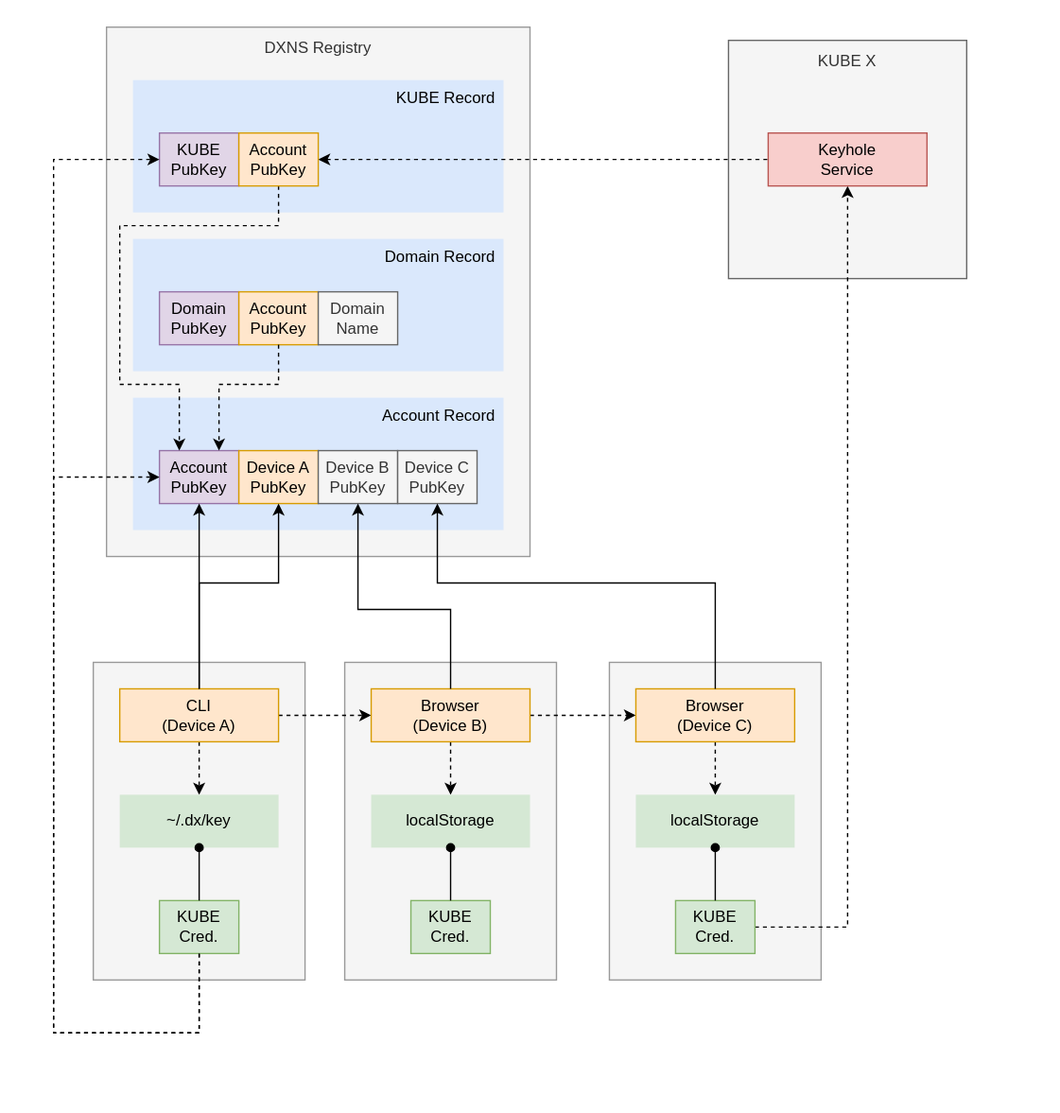
Earlier version of the draw.io export docs/design/diagrams/halo-device-credentials.svg (dxos/dxos). Source tidied: cells renumbered, new cells last; positions are measured from the earlier drawing's top-left corner, leaving out a move shared by most shapes.
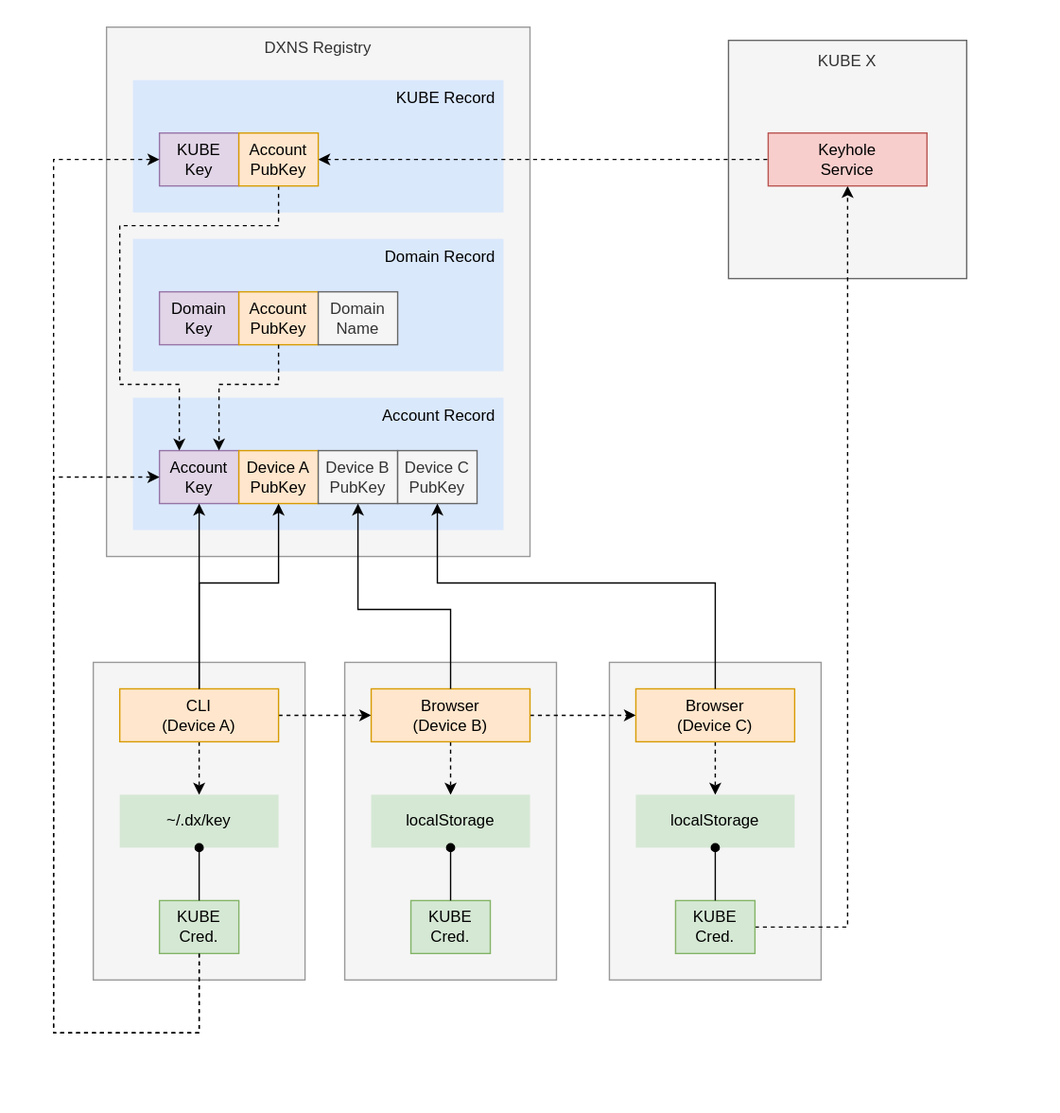
Later version of the same file.

The edit, as a diff of the source:
```diff
@@ -47,13 +47,13 @@
     <mxCell id="16" style="edgeStyle=orthogonalEdgeStyle;rounded=0;jettySize=auto;html=1;entryX=0;entryY=0.5;entryDx=0;entryDy=0;exitX=1;exitY=0.5;exitDx=0;exitDy=0;startArrow=classic;startFill=1;endArrow=none;endFill=0;dashed=1;" parent="1" edge="1" source="38" target="36">
       <mxGeometry relative="1" as="geometry" />
     </mxCell>
-    <mxCell id="17" value="KUBE&lt;br&gt;PubKey" style="rounded=0;whiteSpace=wrap;html=1;fillColor=#e1d5e7;strokeColor=#9673a6;" parent="1" vertex="1">
+    <mxCell id="17" value="KUBE&lt;br&gt;Key" style="rounded=0;whiteSpace=wrap;html=1;fillColor=#e1d5e7;strokeColor=#9673a6;" parent="1" vertex="1">
       <mxGeometry x="120" y="100" width="60" height="40" as="geometry" />
     </mxCell>
     <mxCell id="18" value="Domain Record" style="rounded=0;whiteSpace=wrap;html=1;verticalAlign=top;align=right;spacingLeft=4;fillColor=#dae8fc;strokeColor=none;spacingRight=4;spacing=2;" parent="1" vertex="1">
       <mxGeometry x="100" y="180" width="280" height="100" as="geometry" />
     </mxCell>
-    <mxCell id="19" value="Domain&lt;br&gt;PubKey" style="rounded=0;whiteSpace=wrap;html=1;fillColor=#e1d5e7;strokeColor=#9673a6;" parent="1" vertex="1">
+    <mxCell id="19" value="Domain&lt;br&gt;Key" style="rounded=0;whiteSpace=wrap;html=1;fillColor=#e1d5e7;strokeColor=#9673a6;" parent="1" vertex="1">
       <mxGeometry x="120" y="220" width="60" height="40" as="geometry" />
     </mxCell>
     <mxCell id="20" value="Account&lt;br&gt;PubKey" style="rounded=0;whiteSpace=wrap;html=1;fillColor=#ffe6cc;strokeColor=#d79b00;" parent="1" vertex="1">
@@ -68,7 +68,7 @@
     <mxCell id="23" value="Account Record" style="rounded=0;whiteSpace=wrap;html=1;verticalAlign=top;align=right;spacing=2;spacingLeft=4;fillColor=#dae8fc;strokeColor=none;spacingRight=4;" parent="1" vertex="1">
       <mxGeometry x="100" y="300" width="280" height="100" as="geometry" />
     </mxCell>
-    <mxCell id="24" value="Account&lt;br&gt;PubKey" style="rounded=0;whiteSpace=wrap;html=1;fillColor=#e1d5e7;strokeColor=#9673a6;" parent="1" vertex="1">
+    <mxCell id="24" value="Account&lt;br&gt;Key" style="rounded=0;whiteSpace=wrap;html=1;fillColor=#e1d5e7;strokeColor=#9673a6;" parent="1" vertex="1">
       <mxGeometry x="120" y="340" width="60" height="40" as="geometry" />
     </mxCell>
     <mxCell id="25" value="Device A&lt;br&gt;PubKey" style="rounded=0;whiteSpace=wrap;html=1;fillColor=#ffe6cc;strokeColor=#d79b00;" parent="1" vertex="1">
```
